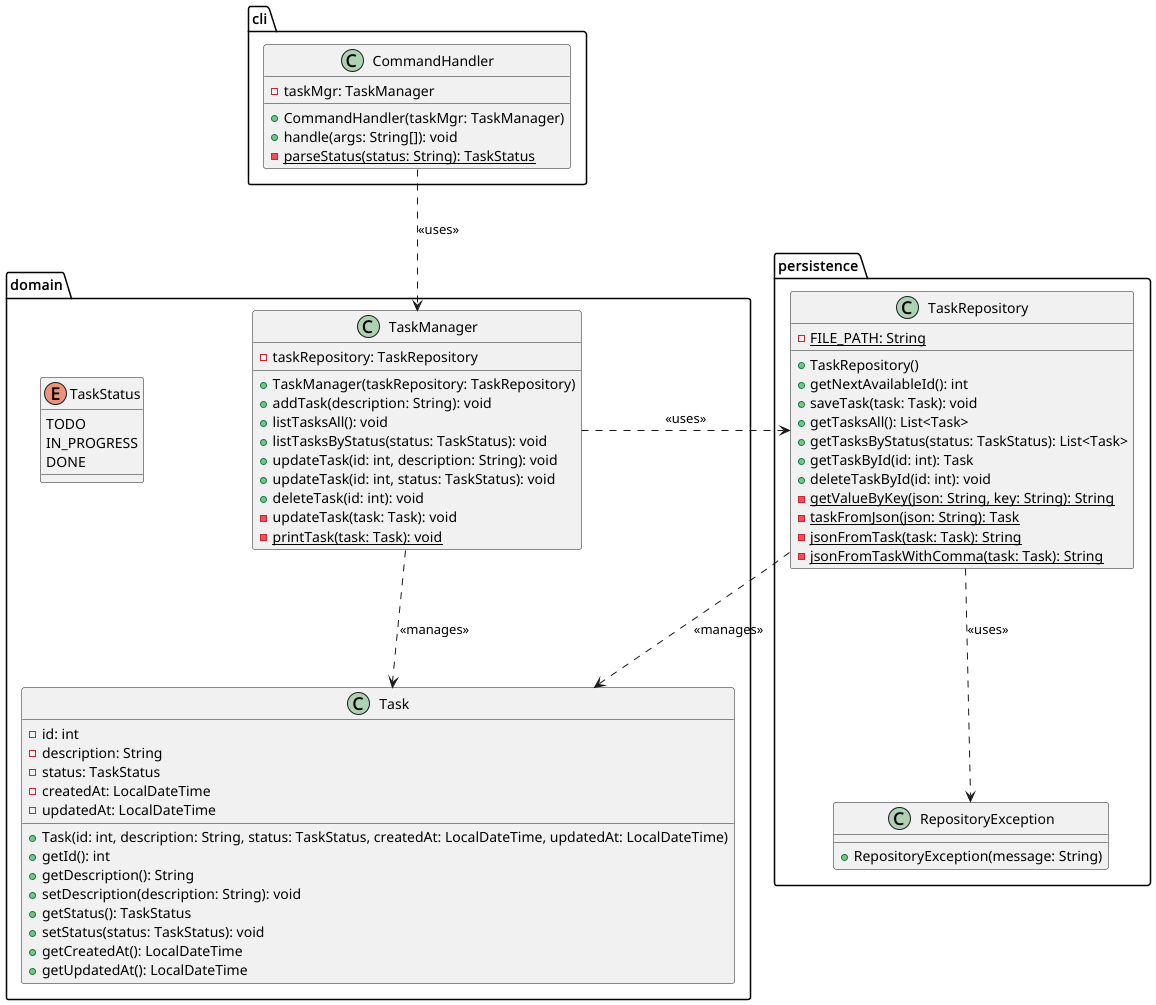
Earlier version of the PlantUML export uml/uml.png (mmistika/task-cli).
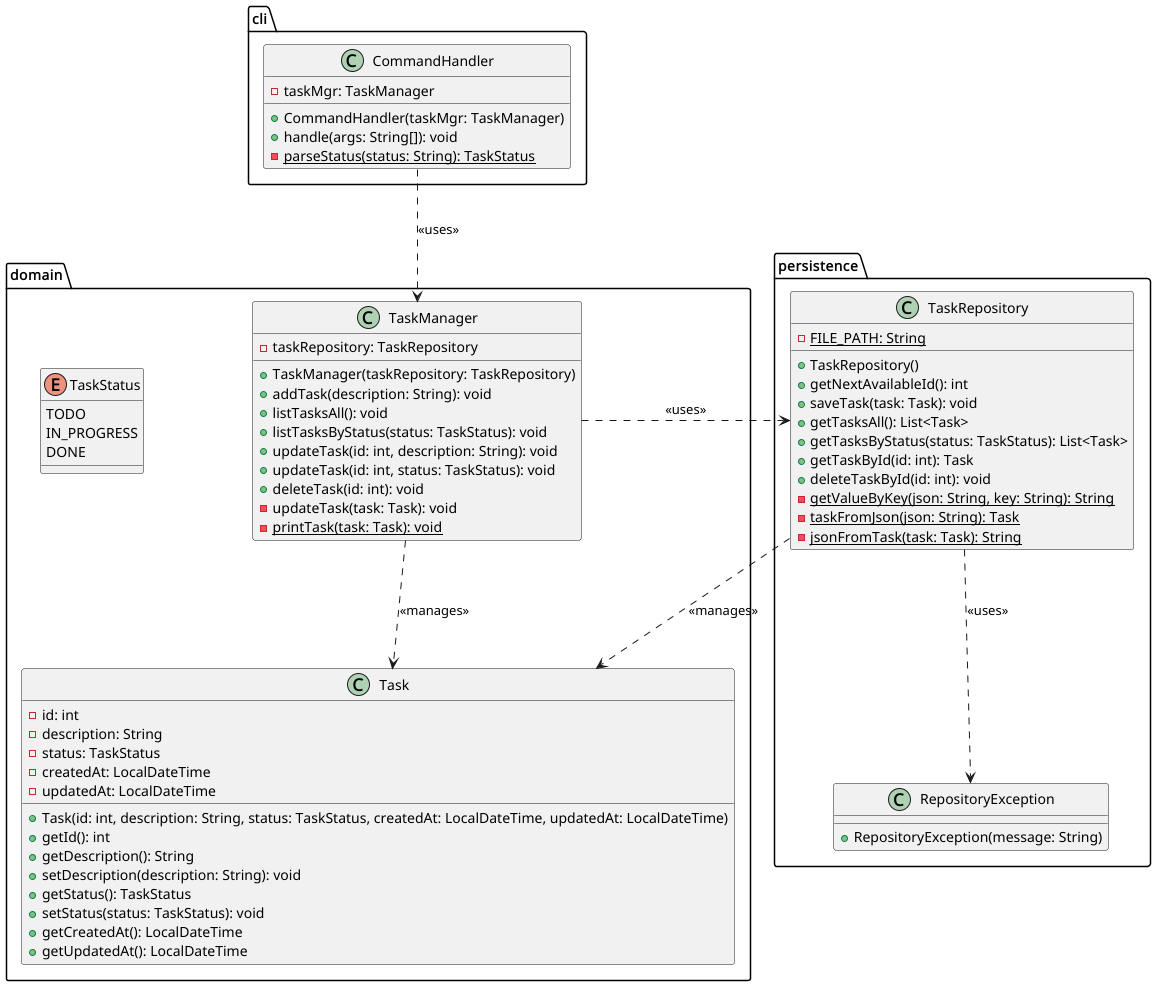
Later version of the same file.

Commit message:
docs: update UML to reflect JSON serialization changes

Change to the diagram source:
```diff
@@ -62,7 +62,6 @@
         - {static} getValueByKey(json: String, key: String): String
         - {static} taskFromJson(json: String): Task
         - {static} jsonFromTask(task: Task): String
-        - {static} jsonFromTaskWithComma(task: Task): String
     }
 
     class RepositoryException {
```
